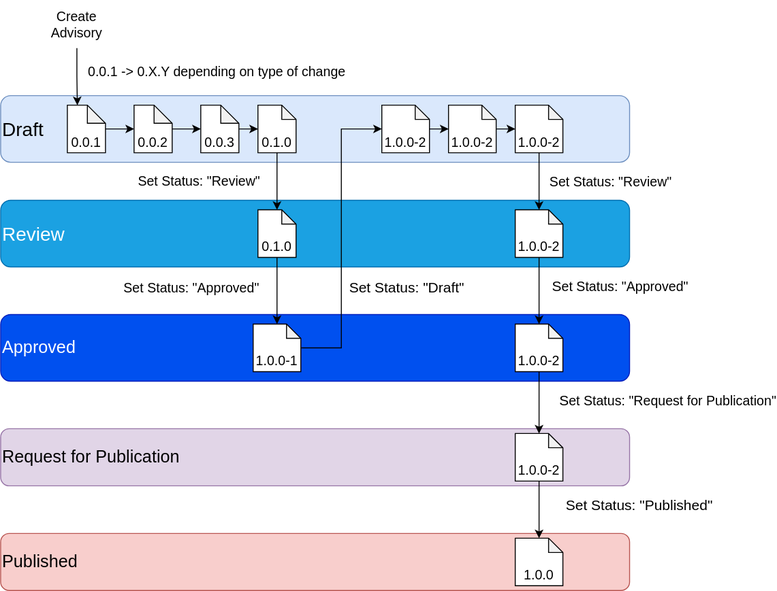
Earlier version of the draw.io export documents/workflowBeforeRelease.drawio.svg (secvisogram/csaf-cms-backend). Source tidied: cells renumbered, new cells last; positions are measured from the earlier drawing's top-left corner, leaving out a move shared by most shapes.
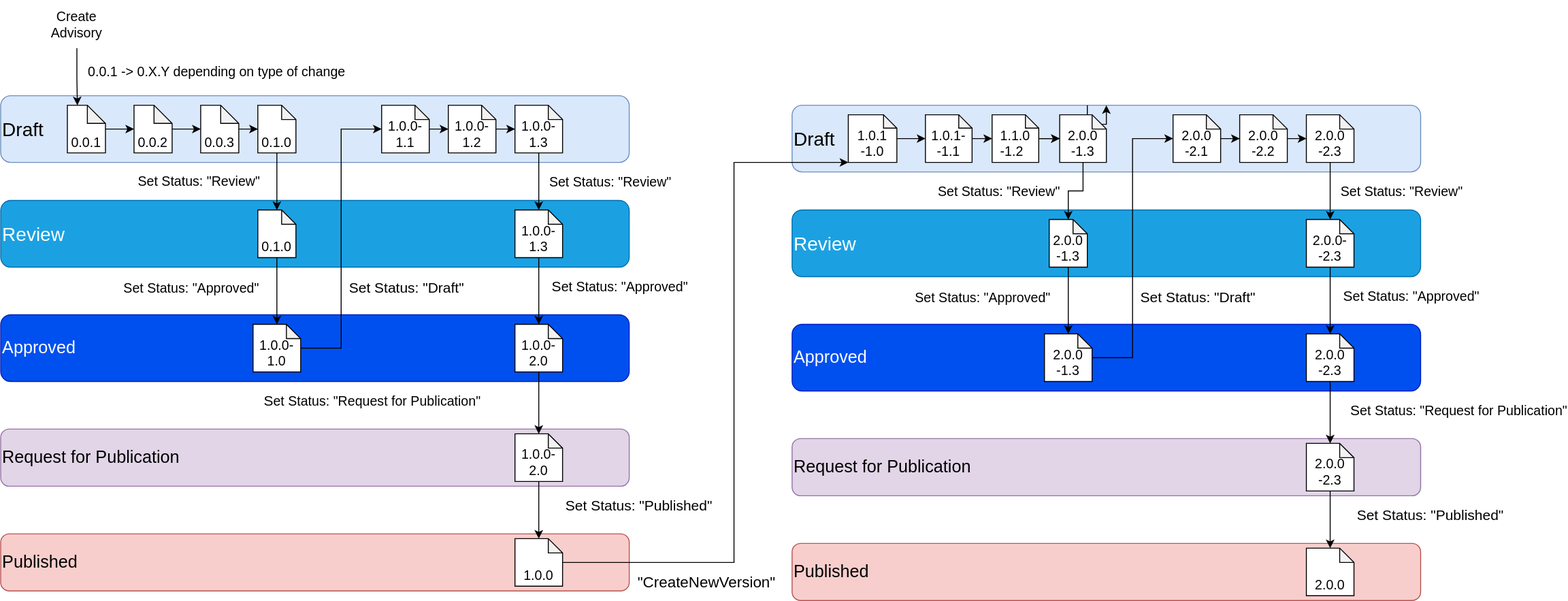
After the commit.

Commit message:
chore(documentation): #56 changed svg for workflow/versioning

Diff of the diagram source:
```diff
@@ -61,47 +61,160 @@
         <mxPoint x="1" as="offset" />
       </mxGeometry>
     </mxCell>
-    <mxCell id="21" value="1.0.0-1" style="shape=note;whiteSpace=wrap;html=1;backgroundOutline=1;darkOpacity=0.05;fontSize=14;align=center;size=15;labelPosition=center;verticalLabelPosition=middle;verticalAlign=bottom;" parent="1" vertex="1">
+    <mxCell id="21" value="1.0.0-1.0" style="shape=note;whiteSpace=wrap;html=1;backgroundOutline=1;darkOpacity=0.05;fontSize=14;align=center;size=15;labelPosition=center;verticalLabelPosition=middle;verticalAlign=bottom;" parent="1" vertex="1">
       <mxGeometry x="265" y="340" width="50" height="50" as="geometry" />
     </mxCell>
     <mxCell id="22" style="edgeStyle=orthogonalEdgeStyle;rounded=0;jettySize=auto;html=1;fontSize=15;fontColor=#000000;" parent="1" edge="1" source="23" target="25">
       <mxGeometry relative="1" as="geometry" />
     </mxCell>
-    <mxCell id="23" value="1.0.0-2" style="shape=note;whiteSpace=wrap;html=1;backgroundOutline=1;darkOpacity=0.05;fontSize=14;align=center;size=15;labelPosition=center;verticalLabelPosition=middle;verticalAlign=bottom;" parent="1" vertex="1">
+    <mxCell id="23" value="1.0.0-1.1" style="shape=note;whiteSpace=wrap;html=1;backgroundOutline=1;darkOpacity=0.05;fontSize=14;align=center;size=15;labelPosition=center;verticalLabelPosition=middle;verticalAlign=bottom;" parent="1" vertex="1">
       <mxGeometry x="400" y="110" width="50" height="50" as="geometry" />
     </mxCell>
     <mxCell id="24" style="edgeStyle=orthogonalEdgeStyle;rounded=0;jettySize=auto;html=1;entryX=0;entryY=0.5;entryDx=0;entryDy=0;entryPerimeter=0;fontSize=15;fontColor=#000000;" parent="1" edge="1" source="25" target="27">
       <mxGeometry relative="1" as="geometry" />
     </mxCell>
-    <mxCell id="25" value="1.0.0-2" style="shape=note;whiteSpace=wrap;html=1;backgroundOutline=1;darkOpacity=0.05;fontSize=14;align=center;size=15;labelPosition=center;verticalLabelPosition=middle;verticalAlign=bottom;" parent="1" vertex="1">
+    <mxCell id="25" value="1.0.0-1.2" style="shape=note;whiteSpace=wrap;html=1;backgroundOutline=1;darkOpacity=0.05;fontSize=14;align=center;size=15;labelPosition=center;verticalLabelPosition=middle;verticalAlign=bottom;" parent="1" vertex="1">
       <mxGeometry x="470" y="110" width="50" height="50" as="geometry" />
     </mxCell>
     <mxCell id="26" value="&lt;span style=&quot;font-size: 14px&quot;&gt;Set Status: &quot;Review&quot;&lt;/span&gt;" style="edgeStyle=orthogonalEdgeStyle;rounded=0;jettySize=auto;html=1;entryX=0.5;entryY=0;entryDx=0;entryDy=0;entryPerimeter=0;fontSize=15;fontColor=#000000;" parent="1" edge="1" source="27" target="29">
       <mxGeometry y="75" relative="1" as="geometry" />
     </mxCell>
-    <mxCell id="27" value="1.0.0-2" style="shape=note;whiteSpace=wrap;html=1;backgroundOutline=1;darkOpacity=0.05;fontSize=14;align=center;size=15;labelPosition=center;verticalLabelPosition=middle;verticalAlign=bottom;" parent="1" vertex="1">
+    <mxCell id="27" value="1.0.0-1.3" style="shape=note;whiteSpace=wrap;html=1;backgroundOutline=1;darkOpacity=0.05;fontSize=14;align=center;size=15;labelPosition=center;verticalLabelPosition=middle;verticalAlign=bottom;" parent="1" vertex="1">
       <mxGeometry x="540" y="110" width="50" height="50" as="geometry" />
     </mxCell>
     <mxCell id="28" value="S&lt;span style=&quot;font-size: 14px&quot;&gt;et Status: &quot;Approved&quot;&lt;/span&gt;" style="edgeStyle=orthogonalEdgeStyle;rounded=0;jettySize=auto;html=1;entryX=0.5;entryY=0;entryDx=0;entryDy=0;entryPerimeter=0;fontSize=15;fontColor=#000000;" parent="1" edge="1" source="29" target="31">
       <mxGeometry x="-0.14" y="85" relative="1" as="geometry" />
     </mxCell>
-    <mxCell id="29" value="1.0.0-2" style="shape=note;whiteSpace=wrap;html=1;backgroundOutline=1;darkOpacity=0.05;fontSize=14;align=center;size=15;labelPosition=center;verticalLabelPosition=middle;verticalAlign=bottom;" parent="1" vertex="1">
+    <mxCell id="29" value="1.0.0-1.3" style="shape=note;whiteSpace=wrap;html=1;backgroundOutline=1;darkOpacity=0.05;fontSize=14;align=center;size=15;labelPosition=center;verticalLabelPosition=middle;verticalAlign=bottom;" parent="1" vertex="1">
       <mxGeometry x="540" y="220" width="50" height="50" as="geometry" />
     </mxCell>
     <mxCell id="30" value="S&lt;span style=&quot;font-size: 14px&quot;&gt;et Status: &quot;Request for Publication&quot;&lt;/span&gt;" style="edgeStyle=orthogonalEdgeStyle;rounded=0;jettySize=auto;html=1;entryX=0.5;entryY=0;entryDx=0;entryDy=0;entryPerimeter=0;fontSize=15;fontColor=#000000;" parent="1" edge="1" source="31" target="33">
-      <mxGeometry x="-0.08" y="135" relative="1" as="geometry" />
+      <mxGeometry x="-0.08" y="-175" relative="1" as="geometry" />
     </mxCell>
-    <mxCell id="31" value="1.0.0-2" style="shape=note;whiteSpace=wrap;html=1;backgroundOutline=1;darkOpacity=0.05;fontSize=14;align=center;size=15;labelPosition=center;verticalLabelPosition=middle;verticalAlign=bottom;" parent="1" vertex="1">
+    <mxCell id="31" value="1.0.0-2.0" style="shape=note;whiteSpace=wrap;html=1;backgroundOutline=1;darkOpacity=0.05;fontSize=14;align=center;size=15;labelPosition=center;verticalLabelPosition=middle;verticalAlign=bottom;" parent="1" vertex="1">
       <mxGeometry x="540" y="340" width="50" height="50" as="geometry" />
     </mxCell>
     <mxCell id="32" value="Set Status: &quot;Published&quot;" style="edgeStyle=orthogonalEdgeStyle;rounded=0;jettySize=auto;html=1;entryX=0.5;entryY=0;entryDx=0;entryDy=0;entryPerimeter=0;fontSize=15;fontColor=#000000;" parent="1" edge="1" source="33" target="34">
       <mxGeometry x="-0.17" y="105" relative="1" as="geometry" />
     </mxCell>
-    <mxCell id="33" value="1.0.0-2" style="shape=note;whiteSpace=wrap;html=1;backgroundOutline=1;darkOpacity=0.05;fontSize=14;align=center;size=15;labelPosition=center;verticalLabelPosition=middle;verticalAlign=bottom;" parent="1" vertex="1">
+    <mxCell id="33" value="1.0.0-2.0" style="shape=note;whiteSpace=wrap;html=1;backgroundOutline=1;darkOpacity=0.05;fontSize=14;align=center;size=15;labelPosition=center;verticalLabelPosition=middle;verticalAlign=bottom;" parent="1" vertex="1">
       <mxGeometry x="540" y="455" width="50" height="50" as="geometry" />
     </mxCell>
     <mxCell id="34" value="1.0.0" style="shape=note;whiteSpace=wrap;html=1;backgroundOutline=1;darkOpacity=0.05;fontSize=14;align=center;size=15;labelPosition=center;verticalLabelPosition=middle;verticalAlign=bottom;" parent="1" vertex="1">
       <mxGeometry x="540" y="565" width="50" height="50" as="geometry" />
     </mxCell>
+    <mxCell id="35" value="Draft" style="rounded=1;whiteSpace=wrap;html=1;fillColor=#dae8fc;strokeColor=#6c8ebf;align=left;fontSize=20;" parent="1" vertex="1">
+      <mxGeometry x="831" y="110" width="660" height="70" as="geometry" />
+    </mxCell>
+    <mxCell id="36" value="Review" style="rounded=1;whiteSpace=wrap;html=1;fillColor=#1ba1e2;fontColor=#ffffff;strokeColor=#006EAF;align=left;fontSize=20;" parent="1" vertex="1">
+      <mxGeometry x="831" y="220" width="660" height="70" as="geometry" />
+    </mxCell>
+    <mxCell id="37" value="Approved" style="rounded=1;whiteSpace=wrap;html=1;fillColor=#0050ef;fontColor=#ffffff;strokeColor=#001DBC;align=left;fontSize=18;verticalAlign=middle;" parent="1" vertex="1">
+      <mxGeometry x="831" y="340" width="660" height="70" as="geometry" />
+    </mxCell>
+    <mxCell id="38" value="Request for Publication" style="rounded=1;whiteSpace=wrap;html=1;fillColor=#e1d5e7;strokeColor=#9673a6;align=left;fontSize=18;" parent="1" vertex="1">
+      <mxGeometry x="831" y="460" width="660" height="60" as="geometry" />
+    </mxCell>
+    <mxCell id="39" value="Published" style="rounded=1;whiteSpace=wrap;html=1;fillColor=#f8cecc;strokeColor=#b85450;align=left;fontSize=18;" parent="1" vertex="1">
+      <mxGeometry x="831" y="570" width="660" height="60" as="geometry" />
+    </mxCell>
+    <mxCell id="40" style="edgeStyle=orthogonalEdgeStyle;rounded=0;jettySize=auto;html=1;fontSize=14;" parent="1" edge="1" source="41" target="44">
+      <mxGeometry relative="1" as="geometry" />
+    </mxCell>
+    <mxCell id="41" value="1.0.1 -1.0" style="shape=note;whiteSpace=wrap;html=1;backgroundOutline=1;darkOpacity=0.05;fontSize=14;align=center;size=14;labelPosition=center;verticalLabelPosition=middle;verticalAlign=bottom;" parent="1" vertex="1">
+      <mxGeometry x="890" y="120" width="51" height="50" as="geometry" />
+    </mxCell>
+    <mxCell id="42" style="edgeStyle=orthogonalEdgeStyle;rounded=0;jettySize=auto;html=1;fontSize=16;" parent="1" edge="1" target="35">
+      <mxGeometry relative="1" as="geometry">
+        <mxPoint x="1141" y="110" as="sourcePoint" />
+      </mxGeometry>
+    </mxCell>
+    <mxCell id="43" style="edgeStyle=orthogonalEdgeStyle;rounded=0;jettySize=auto;html=1;entryX=0;entryY=0.5;entryDx=0;entryDy=0;entryPerimeter=0;fontSize=14;" parent="1" edge="1" source="44" target="47">
+      <mxGeometry relative="1" as="geometry" />
+    </mxCell>
+    <mxCell id="44" value="1.0.1--1.1" style="shape=note;whiteSpace=wrap;html=1;backgroundOutline=1;darkOpacity=0.05;fontSize=14;align=center;size=14;labelPosition=center;verticalLabelPosition=middle;verticalAlign=bottom;" parent="1" vertex="1">
+      <mxGeometry x="971" y="120" width="49" height="50" as="geometry" />
+    </mxCell>
+    <mxCell id="45" style="edgeStyle=orthogonalEdgeStyle;rounded=0;jettySize=auto;html=1;entryX=0;entryY=0.5;entryDx=0;entryDy=0;entryPerimeter=0;fontSize=14;" parent="1" edge="1" source="47" target="49">
+      <mxGeometry relative="1" as="geometry" />
+    </mxCell>
+    <mxCell id="46" style="edgeStyle=orthogonalEdgeStyle;rounded=0;jettySize=auto;html=1;entryX=0;entryY=0.5;entryDx=0;entryDy=0;entryPerimeter=0;" parent="1" edge="1" source="47" target="49">
+      <mxGeometry relative="1" as="geometry" />
+    </mxCell>
+    <mxCell id="47" value="1.1.0&lt;br&gt;&lt;div style=&quot;text-align: left&quot;&gt;&lt;span&gt;-1.2&lt;/span&gt;&lt;/div&gt;" style="shape=note;whiteSpace=wrap;html=1;backgroundOutline=1;darkOpacity=0.05;fontSize=14;align=center;size=14;labelPosition=center;verticalLabelPosition=middle;verticalAlign=bottom;" parent="1" vertex="1">
+      <mxGeometry x="1041" y="120" width="49" height="50" as="geometry" />
+    </mxCell>
+    <mxCell id="48" value="Set Status: &quot;Review&quot;&amp;nbsp;" style="edgeStyle=orthogonalEdgeStyle;rounded=0;jettySize=auto;html=1;entryX=0.5;entryY=0;entryDx=0;entryDy=0;entryPerimeter=0;fontSize=14;" parent="1" edge="1" source="49" target="51">
+      <mxGeometry x="0.21" y="-71" relative="1" as="geometry" />
+    </mxCell>
+    <mxCell id="49" value="2.0.0&lt;br&gt;-1.3" style="shape=note;whiteSpace=wrap;html=1;backgroundOutline=1;darkOpacity=0.05;fontSize=14;align=center;size=15;labelPosition=center;verticalLabelPosition=middle;verticalAlign=bottom;" parent="1" vertex="1">
+      <mxGeometry x="1112" y="120" width="49" height="50" as="geometry" />
+    </mxCell>
+    <mxCell id="50" value="Set Status: &quot;Approved&quot;" style="edgeStyle=orthogonalEdgeStyle;rounded=0;jettySize=auto;html=1;entryX=0.5;entryY=0;entryDx=0;entryDy=0;entryPerimeter=0;fontSize=14;" parent="1" edge="1" source="51" target="53">
+      <mxGeometry x="-0.08" y="-90" relative="1" as="geometry" />
+    </mxCell>
+    <mxCell id="51" value="2.0.0&lt;br&gt;-1.3" style="shape=note;whiteSpace=wrap;html=1;backgroundOutline=1;darkOpacity=0.05;fontSize=14;align=center;size=15;labelPosition=center;verticalLabelPosition=middle;verticalAlign=bottom;" parent="1" vertex="1">
+      <mxGeometry x="1101" y="230" width="40" height="50" as="geometry" />
+    </mxCell>
+    <mxCell id="52" value="Set Status: &quot;Draft&quot;" style="edgeStyle=orthogonalEdgeStyle;rounded=0;jettySize=auto;html=1;entryX=0;entryY=0.5;entryDx=0;entryDy=0;entryPerimeter=0;fontSize=15;fontColor=#000000;" parent="1" edge="1" source="53" target="55">
+      <mxGeometry x="-0.32" y="-67" relative="1" as="geometry">
+        <mxPoint x="1" as="offset" />
+      </mxGeometry>
+    </mxCell>
+    <mxCell id="53" value="2.0.0&lt;br&gt;-1.3" style="shape=note;whiteSpace=wrap;html=1;backgroundOutline=1;darkOpacity=0.05;fontSize=14;align=center;size=15;labelPosition=center;verticalLabelPosition=middle;verticalAlign=bottom;" parent="1" vertex="1">
+      <mxGeometry x="1096" y="350" width="50" height="50" as="geometry" />
+    </mxCell>
+    <mxCell id="54" style="edgeStyle=orthogonalEdgeStyle;rounded=0;jettySize=auto;html=1;fontSize=15;fontColor=#000000;" parent="1" edge="1" source="55" target="57">
+      <mxGeometry relative="1" as="geometry" />
+    </mxCell>
+    <mxCell id="55" value="2.0.0&lt;br&gt;-2.1" style="shape=note;whiteSpace=wrap;html=1;backgroundOutline=1;darkOpacity=0.05;fontSize=14;align=center;size=15;labelPosition=center;verticalLabelPosition=middle;verticalAlign=bottom;" parent="1" vertex="1">
+      <mxGeometry x="1231" y="120" width="50" height="50" as="geometry" />
+    </mxCell>
+    <mxCell id="56" style="edgeStyle=orthogonalEdgeStyle;rounded=0;jettySize=auto;html=1;entryX=0;entryY=0.5;entryDx=0;entryDy=0;entryPerimeter=0;fontSize=15;fontColor=#000000;" parent="1" edge="1" source="57" target="59">
+      <mxGeometry relative="1" as="geometry" />
+    </mxCell>
+    <mxCell id="57" value="2.0.0&lt;br&gt;-2.2" style="shape=note;whiteSpace=wrap;html=1;backgroundOutline=1;darkOpacity=0.05;fontSize=14;align=center;size=15;labelPosition=center;verticalLabelPosition=middle;verticalAlign=bottom;" parent="1" vertex="1">
+      <mxGeometry x="1301" y="120" width="50" height="50" as="geometry" />
+    </mxCell>
+    <mxCell id="58" value="&lt;span style=&quot;font-size: 14px&quot;&gt;Set Status: &quot;Review&quot;&lt;/span&gt;" style="edgeStyle=orthogonalEdgeStyle;rounded=0;jettySize=auto;html=1;entryX=0.5;entryY=0;entryDx=0;entryDy=0;entryPerimeter=0;fontSize=15;fontColor=#000000;" parent="1" edge="1" source="59" target="61">
+      <mxGeometry y="75" relative="1" as="geometry" />
+    </mxCell>
+    <mxCell id="59" value="2.0.0&lt;br&gt;-2.3" style="shape=note;whiteSpace=wrap;html=1;backgroundOutline=1;darkOpacity=0.05;fontSize=14;align=center;size=15;labelPosition=center;verticalLabelPosition=middle;verticalAlign=bottom;" parent="1" vertex="1">
+      <mxGeometry x="1371" y="120" width="50" height="50" as="geometry" />
+    </mxCell>
+    <mxCell id="60" value="S&lt;span style=&quot;font-size: 14px&quot;&gt;et Status: &quot;Approved&quot;&lt;/span&gt;" style="edgeStyle=orthogonalEdgeStyle;rounded=0;jettySize=auto;html=1;entryX=0.5;entryY=0;entryDx=0;entryDy=0;entryPerimeter=0;fontSize=15;fontColor=#000000;" parent="1" edge="1" source="61" target="63">
+      <mxGeometry x="-0.14" y="85" relative="1" as="geometry" />
+    </mxCell>
+    <mxCell id="61" value="2.0.0--2.3" style="shape=note;whiteSpace=wrap;html=1;backgroundOutline=1;darkOpacity=0.05;fontSize=14;align=center;size=15;labelPosition=center;verticalLabelPosition=middle;verticalAlign=bottom;" parent="1" vertex="1">
+      <mxGeometry x="1371" y="230" width="50" height="50" as="geometry" />
+    </mxCell>
+    <mxCell id="62" value="S&lt;span style=&quot;font-size: 14px&quot;&gt;et Status: &quot;Request for Publication&quot;&lt;/span&gt;" style="edgeStyle=orthogonalEdgeStyle;rounded=0;jettySize=auto;html=1;entryX=0.5;entryY=0;entryDx=0;entryDy=0;entryPerimeter=0;fontSize=15;fontColor=#000000;" parent="1" edge="1" source="63" target="65">
+      <mxGeometry x="-0.08" y="135" relative="1" as="geometry" />
+    </mxCell>
+    <mxCell id="63" value="2.0.0&lt;br&gt;-2.3" style="shape=note;whiteSpace=wrap;html=1;backgroundOutline=1;darkOpacity=0.05;fontSize=14;align=center;size=15;labelPosition=center;verticalLabelPosition=middle;verticalAlign=bottom;" parent="1" vertex="1">
+      <mxGeometry x="1371" y="350" width="50" height="50" as="geometry" />
+    </mxCell>
+    <mxCell id="64" value="Set Status: &quot;Published&quot;" style="edgeStyle=orthogonalEdgeStyle;rounded=0;jettySize=auto;html=1;entryX=0.5;entryY=0;entryDx=0;entryDy=0;entryPerimeter=0;fontSize=15;fontColor=#000000;" parent="1" edge="1" source="65" target="66">
+      <mxGeometry x="-0.17" y="105" relative="1" as="geometry" />
+    </mxCell>
+    <mxCell id="65" value="2.0.0&lt;br&gt;-2.3" style="shape=note;whiteSpace=wrap;html=1;backgroundOutline=1;darkOpacity=0.05;fontSize=14;align=center;size=15;labelPosition=center;verticalLabelPosition=middle;verticalAlign=bottom;" parent="1" vertex="1">
+      <mxGeometry x="1371" y="465" width="50" height="50" as="geometry" />
+    </mxCell>
+    <mxCell id="66" value="2.0.0" style="shape=note;whiteSpace=wrap;html=1;backgroundOutline=1;darkOpacity=0.05;fontSize=14;align=center;size=15;labelPosition=center;verticalLabelPosition=middle;verticalAlign=bottom;" parent="1" vertex="1">
+      <mxGeometry x="1371" y="575" width="50" height="50" as="geometry" />
+    </mxCell>
+    <mxCell id="67" style="edgeStyle=orthogonalEdgeStyle;rounded=0;jettySize=auto;html=1;entryX=0;entryY=1;entryDx=0;entryDy=0;entryPerimeter=0;" parent="1" edge="1" source="34" target="41">
+      <mxGeometry relative="1" as="geometry">
+        <Array as="points">
+          <mxPoint x="770" y="590" />
+          <mxPoint x="770" y="170" />
+        </Array>
+      </mxGeometry>
+    </mxCell>
+    <mxCell id="68" value="&quot;CreateNewVersion&quot;" style="edgeLabel;html=1;align=center;verticalAlign=middle;fontSize=16;" parent="67" vertex="1">
+      <mxGeometry x="-0.66" y="-1" relative="1" as="geometry">
+        <mxPoint x="28" y="19" as="offset" />
+      </mxGeometry>
+    </mxCell>
   </root>
 </mxGraphModel>
```
